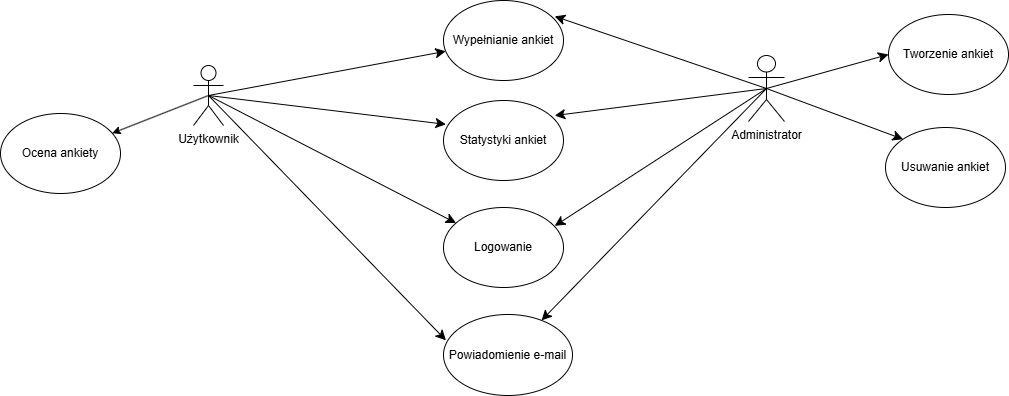
This is sekwencji.png from MartynaSzymanskaGitHub/projekt_ankiety, a draw.io export, as it was before one commit. Source tidied: cells renumbered, new cells last; positions are measured from the earlier drawing's top-left corner, leaving out a move shared by most shapes.
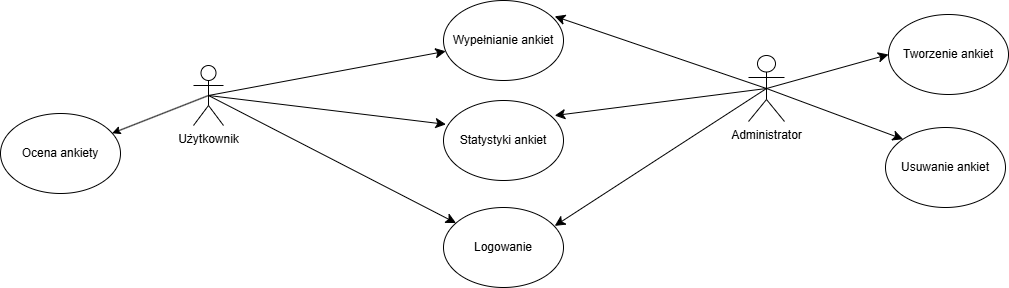
After the commit.

Change to the diagram source:
```diff
@@ -26,9 +26,6 @@
     <mxCell id="9" style="endArrow=classic;html=1;rounded=0;fontSize=12;startSize=8;endSize=8;curved=1;exitX=0.5;exitY=0.5;exitDx=0;exitDy=0;exitPerimeter=0;entryX=0.927;entryY=0.23;entryDx=0;entryDy=0;entryPerimeter=0;" parent="1" edge="1" source="4" target="13">
       <mxGeometry relative="1" as="geometry" />
     </mxCell>
-    <mxCell id="10" style="endArrow=classic;html=1;rounded=0;fontSize=12;startSize=8;endSize=8;curved=1;exitX=0.5;exitY=0.5;exitDx=0;exitDy=0;exitPerimeter=0;" parent="1" edge="1" source="4" target="16">
-      <mxGeometry relative="1" as="geometry" />
-    </mxCell>
     <mxCell id="11" value="Wypełnianie ankiet" style="ellipse;whiteSpace=wrap;html=1;" parent="1" vertex="1">
       <mxGeometry x="443" width="120" height="80" as="geometry" />
     </mxCell>
@@ -44,9 +41,6 @@
     <mxCell id="15" value="Usuwanie ankiet" style="ellipse;whiteSpace=wrap;html=1;" parent="1" vertex="1">
       <mxGeometry x="885" y="127" width="120" height="80" as="geometry" />
     </mxCell>
-    <mxCell id="16" value="Powiadomienie e-mail" style="ellipse;whiteSpace=wrap;html=1;" parent="1" vertex="1">
-      <mxGeometry x="443" y="314" width="129" height="81" as="geometry" />
-    </mxCell>
     <mxCell id="17" style="endArrow=classic;html=1;rounded=0;fontSize=12;startSize=8;endSize=8;curved=1;exitX=0.5;exitY=0.5;exitDx=0;exitDy=0;exitPerimeter=0;entryX=0;entryY=0.5;entryDx=0;entryDy=0;" parent="1" edge="1" source="4" target="14">
       <mxGeometry relative="1" as="geometry" />
     </mxCell>
@@ -56,9 +50,6 @@
     <mxCell id="19" value="Ocena ankiety" style="ellipse;whiteSpace=wrap;html=1;" parent="1" vertex="1">
       <mxGeometry y="113" width="120" height="80" as="geometry" />
     </mxCell>
-    <mxCell id="20" style="endArrow=classic;html=1;rounded=0;fontSize=12;startSize=8;endSize=8;curved=1;exitX=0.5;exitY=0.5;exitDx=0;exitDy=0;exitPerimeter=0;entryX=0.019;entryY=0.319;entryDx=0;entryDy=0;entryPerimeter=0;" parent="1" edge="1" source="3" target="16">
-      <mxGeometry relative="1" as="geometry" />
-    </mxCell>
     <mxCell id="21" style="endArrow=classic;html=1;rounded=0;exitX=0.5;exitY=0.5;exitDx=0;exitDy=0;exitPerimeter=0;" parent="1" edge="1" source="3" target="19">
       <mxGeometry relative="1" as="geometry" />
     </mxCell>
```
